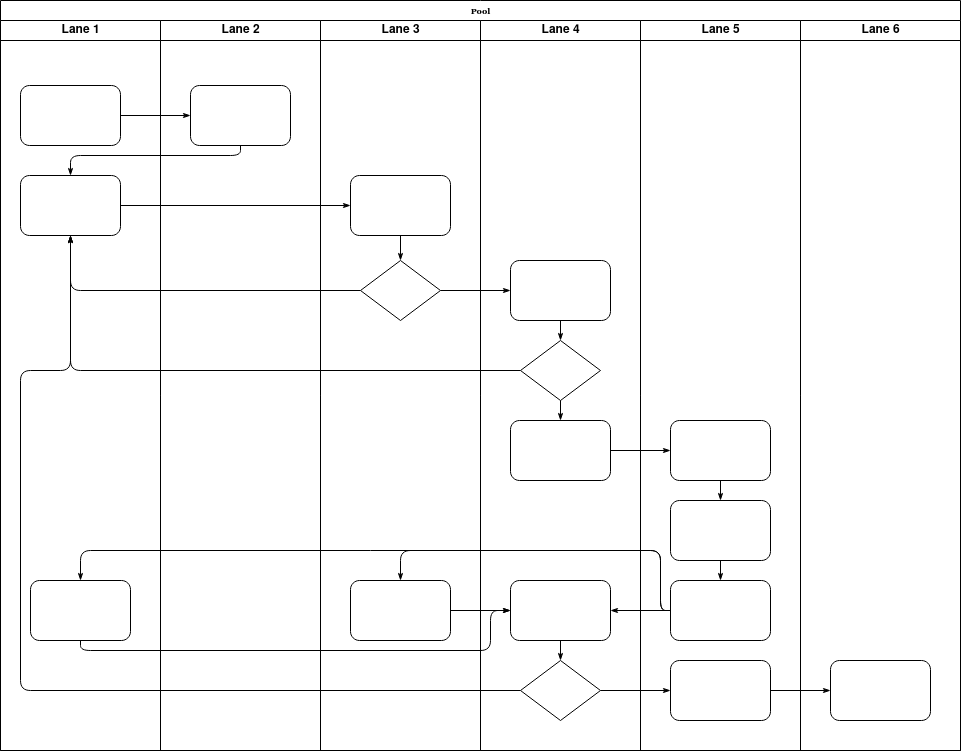
Earlier version of the draw.io export ppull_process_diagram.drawio.png (jackgray/xnat2bids). Source tidied: cells renumbered, new cells last; positions are measured from the earlier drawing's top-left corner, leaving out a move shared by most shapes.
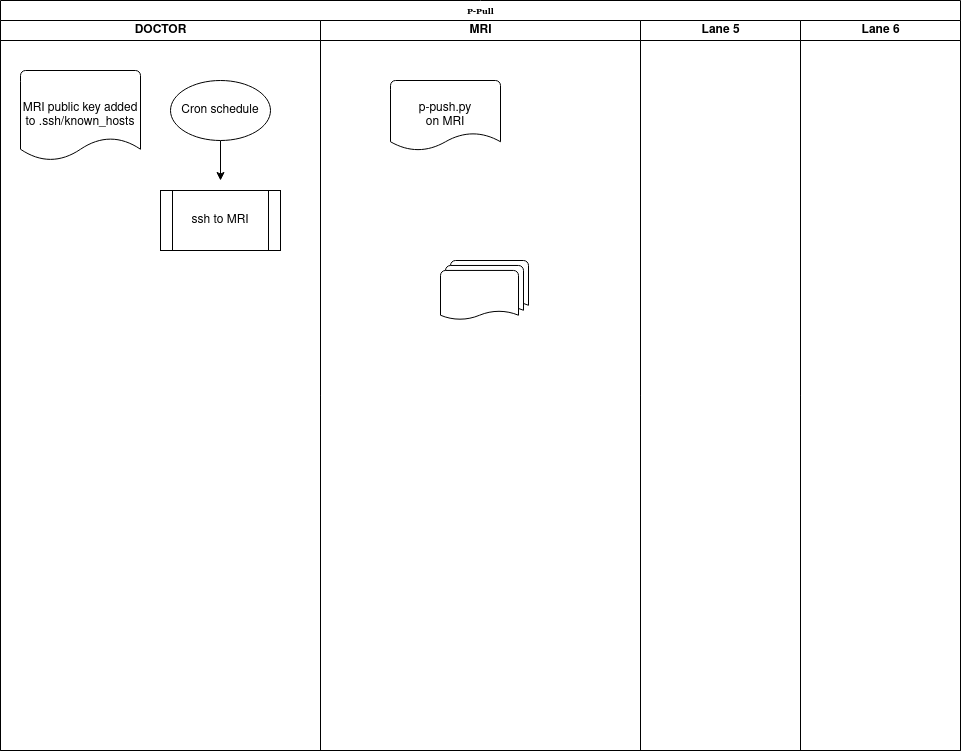
Later version of the same file.

Change to the diagram source:
```diff
@@ -2,169 +2,40 @@
   <root>
     <mxCell id="0" />
     <mxCell id="1" parent="0" />
-    <mxCell id="2" value="Pool" style="swimlane;html=1;startSize=20;rounded=0;shadow=0;labelBackgroundColor=none;strokeWidth=1;fontFamily=Verdana;fontSize=8;align=center;" parent="1" vertex="1">
+    <mxCell id="2" value="P-Pull" style="swimlane;html=1;startSize=20;rounded=0;shadow=0;labelBackgroundColor=none;strokeWidth=1;fontFamily=Verdana;fontSize=8;align=center;" parent="1" vertex="1">
       <mxGeometry width="960" height="750" as="geometry" />
     </mxCell>
-    <mxCell id="3" value="Lane 1" style="swimlane;html=1;startSize=20;" parent="2" vertex="1">
-      <mxGeometry y="20" width="160" height="730" as="geometry" />
+    <mxCell id="3" value="DOCTOR" style="swimlane;html=1;startSize=20;" parent="2" vertex="1">
+      <mxGeometry y="20" width="320" height="730" as="geometry" />
     </mxCell>
-    <mxCell id="4" style="rounded=1;whiteSpace=wrap;html=1;shadow=0;labelBackgroundColor=none;strokeWidth=1;fontFamily=Verdana;fontSize=8;align=center;" parent="3" vertex="1">
-      <mxGeometry x="20" y="65" width="100" height="60" as="geometry" />
-    </mxCell>
-    <mxCell id="5" style="rounded=1;whiteSpace=wrap;html=1;shadow=0;labelBackgroundColor=none;strokeWidth=1;fontFamily=Verdana;fontSize=8;align=center;" parent="3" vertex="1">
-      <mxGeometry x="20" y="155" width="100" height="60" as="geometry" />
-    </mxCell>
-    <mxCell id="6" style="rounded=1;whiteSpace=wrap;html=1;shadow=0;labelBackgroundColor=none;strokeWidth=1;fontFamily=Verdana;fontSize=8;align=center;" parent="3" vertex="1">
-      <mxGeometry x="30" y="560" width="100" height="60" as="geometry" />
-    </mxCell>
-    <mxCell id="7" style="edgeStyle=orthogonalEdgeStyle;rounded=1;html=1;labelBackgroundColor=none;startArrow=none;startFill=0;startSize=5;endArrow=classicThin;endFill=1;endSize=5;jettySize=auto;strokeWidth=1;fontFamily=Verdana;fontSize=8;" parent="2" edge="1" source="4" target="23">
-      <mxGeometry relative="1" as="geometry" />
-    </mxCell>
-    <mxCell id="8" style="edgeStyle=orthogonalEdgeStyle;rounded=1;html=1;labelBackgroundColor=none;startArrow=none;startFill=0;startSize=5;endArrow=classicThin;endFill=1;endSize=5;jettySize=auto;strokeWidth=1;fontFamily=Verdana;fontSize=8;" parent="2" edge="1" source="23" target="5">
-      <mxGeometry relative="1" as="geometry">
-        <Array as="points">
-          <mxPoint x="240" y="155" />
-          <mxPoint x="70" y="155" />
-        </Array>
-      </mxGeometry>
-    </mxCell>
-    <mxCell id="9" style="edgeStyle=orthogonalEdgeStyle;rounded=1;html=1;labelBackgroundColor=none;startArrow=none;startFill=0;startSize=5;endArrow=classicThin;endFill=1;endSize=5;jettySize=auto;strokeWidth=1;fontFamily=Verdana;fontSize=8;" parent="2" edge="1" source="5" target="25">
-      <mxGeometry relative="1" as="geometry" />
-    </mxCell>
-    <mxCell id="10" style="edgeStyle=orthogonalEdgeStyle;rounded=1;html=1;labelBackgroundColor=none;startArrow=none;startFill=0;startSize=5;endArrow=classicThin;endFill=1;endSize=5;jettySize=auto;strokeWidth=1;fontFamily=Verdana;fontSize=8;" parent="2" edge="1" source="26" target="5">
-      <mxGeometry relative="1" as="geometry" />
-    </mxCell>
-    <mxCell id="11" style="edgeStyle=orthogonalEdgeStyle;rounded=1;html=1;labelBackgroundColor=none;startArrow=none;startFill=0;startSize=5;endArrow=classicThin;endFill=1;endSize=5;jettySize=auto;strokeWidth=1;fontFamily=Verdana;fontSize=8;" parent="2" edge="1" source="31" target="5">
-      <mxGeometry relative="1" as="geometry" />
-    </mxCell>
-    <mxCell id="12" style="edgeStyle=orthogonalEdgeStyle;rounded=1;html=1;labelBackgroundColor=none;startArrow=none;startFill=0;startSize=5;endArrow=classicThin;endFill=1;endSize=5;jettySize=auto;strokeWidth=1;fontFamily=Verdana;fontSize=8;" parent="2" edge="1" source="34" target="5">
-      <mxGeometry relative="1" as="geometry">
-        <Array as="points">
-          <mxPoint x="20" y="690" />
-          <mxPoint x="20" y="370" />
-          <mxPoint x="70" y="370" />
-        </Array>
-      </mxGeometry>
-    </mxCell>
-    <mxCell id="13" style="edgeStyle=orthogonalEdgeStyle;rounded=1;html=1;labelBackgroundColor=none;startArrow=none;startFill=0;startSize=5;endArrow=classicThin;endFill=1;endSize=5;jettySize=auto;strokeWidth=1;fontFamily=Verdana;fontSize=8;" parent="2" edge="1" source="26" target="30">
-      <mxGeometry relative="1" as="geometry" />
-    </mxCell>
-    <mxCell id="14" style="edgeStyle=orthogonalEdgeStyle;rounded=1;html=1;labelBackgroundColor=none;startArrow=none;startFill=0;startSize=5;endArrow=classicThin;endFill=1;endSize=5;jettySize=auto;strokeWidth=1;fontFamily=Verdana;fontSize=8;" parent="2" edge="1" source="34" target="42">
-      <mxGeometry relative="1" as="geometry" />
-    </mxCell>
-    <mxCell id="15" style="edgeStyle=orthogonalEdgeStyle;rounded=1;html=1;labelBackgroundColor=none;startArrow=none;startFill=0;startSize=5;endArrow=classicThin;endFill=1;endSize=5;jettySize=auto;strokeWidth=1;fontFamily=Verdana;fontSize=8;" parent="2" edge="1" source="42" target="46">
-      <mxGeometry relative="1" as="geometry" />
-    </mxCell>
-    <mxCell id="16" style="edgeStyle=orthogonalEdgeStyle;rounded=1;html=1;labelBackgroundColor=none;startArrow=none;startFill=0;startSize=5;endArrow=classicThin;endFill=1;endSize=5;jettySize=auto;strokeWidth=1;fontFamily=Verdana;fontSize=8;" parent="2" edge="1" source="32" target="39">
-      <mxGeometry relative="1" as="geometry" />
-    </mxCell>
-    <mxCell id="17" style="edgeStyle=orthogonalEdgeStyle;rounded=1;html=1;labelBackgroundColor=none;startArrow=none;startFill=0;startSize=5;endArrow=classicThin;endFill=1;endSize=5;jettySize=auto;strokeWidth=1;fontFamily=Verdana;fontSize=8;" parent="2" edge="1" source="41" target="27">
-      <mxGeometry relative="1" as="geometry">
-        <Array as="points">
-          <mxPoint x="660" y="610" />
-          <mxPoint x="660" y="550" />
-          <mxPoint x="400" y="550" />
-        </Array>
-      </mxGeometry>
-    </mxCell>
-    <mxCell id="18" style="edgeStyle=orthogonalEdgeStyle;rounded=1;html=1;labelBackgroundColor=none;startArrow=none;startFill=0;startSize=5;endArrow=classicThin;endFill=1;endSize=5;jettySize=auto;strokeColor=#000000;strokeWidth=1;fontFamily=Verdana;fontSize=8;fontColor=#000000;" parent="2" edge="1" source="41" target="33">
-      <mxGeometry relative="1" as="geometry" />
-    </mxCell>
-    <mxCell id="19" style="edgeStyle=orthogonalEdgeStyle;rounded=1;html=1;labelBackgroundColor=none;startArrow=none;startFill=0;startSize=5;endArrow=classicThin;endFill=1;endSize=5;jettySize=auto;strokeWidth=1;fontFamily=Verdana;fontSize=8;" parent="2" edge="1" source="41" target="6">
-      <mxGeometry relative="1" as="geometry">
-        <Array as="points">
-          <mxPoint x="660" y="610" />
-          <mxPoint x="660" y="550" />
-          <mxPoint x="80" y="550" />
-        </Array>
-      </mxGeometry>
-    </mxCell>
-    <mxCell id="20" style="edgeStyle=orthogonalEdgeStyle;rounded=1;html=1;labelBackgroundColor=none;startArrow=none;startFill=0;startSize=5;endArrow=classicThin;endFill=1;endSize=5;jettySize=auto;strokeWidth=1;fontFamily=Verdana;fontSize=8;" parent="2" edge="1" source="6" target="33">
-      <mxGeometry relative="1" as="geometry">
-        <Array as="points">
-          <mxPoint x="80" y="650" />
-          <mxPoint x="490" y="650" />
-          <mxPoint x="490" y="610" />
-        </Array>
-      </mxGeometry>
-    </mxCell>
-    <mxCell id="21" style="edgeStyle=orthogonalEdgeStyle;rounded=1;html=1;labelBackgroundColor=none;startArrow=none;startFill=0;startSize=5;endArrow=classicThin;endFill=1;endSize=5;jettySize=auto;strokeWidth=1;fontFamily=Verdana;fontSize=8;" parent="2" edge="1" source="27" target="33">
-      <mxGeometry relative="1" as="geometry" />
-    </mxCell>
-    <mxCell id="22" value="Lane 2" style="swimlane;html=1;startSize=20;" parent="2" vertex="1">
-      <mxGeometry x="160" y="20" width="160" height="730" as="geometry" />
-    </mxCell>
-    <mxCell id="23" style="rounded=1;whiteSpace=wrap;html=1;shadow=0;labelBackgroundColor=none;strokeWidth=1;fontFamily=Verdana;fontSize=8;align=center;" parent="22" vertex="1">
-      <mxGeometry x="30" y="65" width="100" height="60" as="geometry" />
-    </mxCell>
+    <mxCell id="47" value="MRI public key added to .ssh/known_hosts" style="strokeWidth=1;html=1;shape=mxgraph.flowchart.document2;whiteSpace=wrap;size=0.25;" parent="3" vertex="1">
+      <mxGeometry x="20" y="50" width="120" height="90" as="geometry" />
+    </mxCell>
+    <mxCell id="48" style="edgeStyle=orthogonalEdgeStyle;rounded=0;jettySize=auto;html=1;exitX=0.5;exitY=1;exitDx=0;exitDy=0;exitPerimeter=0;entryX=0.5;entryY=0;entryDx=0;entryDy=0;" parent="3" edge="1" source="49">
+      <mxGeometry relative="1" as="geometry">
+        <mxPoint x="220" y="160" as="targetPoint" />
+      </mxGeometry>
+    </mxCell>
+    <mxCell id="49" value="Cron schedule" style="strokeWidth=1;html=1;shape=mxgraph.flowchart.start_1;whiteSpace=wrap;" parent="3" vertex="1">
+      <mxGeometry x="170" y="60" width="100" height="60" as="geometry" />
+    </mxCell>
+    <mxCell id="50" value="ssh to MRI" style="shape=process;whiteSpace=wrap;html=1;backgroundOutline=1;strokeWidth=1;" parent="3" vertex="1">
+      <mxGeometry x="160" y="170" width="120" height="60" as="geometry" />
+    </mxCell>
-    <mxCell id="24" value="Lane 3" style="swimlane;html=1;startSize=20;" parent="2" vertex="1">
-      <mxGeometry x="320" y="20" width="160" height="730" as="geometry" />
+    <mxCell id="24" value="MRI" style="swimlane;html=1;startSize=20;" parent="2" vertex="1">
+      <mxGeometry x="320" y="20" width="320" height="730" as="geometry" />
     </mxCell>
-    <mxCell id="25" style="rounded=1;whiteSpace=wrap;html=1;shadow=0;labelBackgroundColor=none;strokeWidth=1;fontFamily=Verdana;fontSize=8;align=center;" parent="24" vertex="1">
-      <mxGeometry x="30" y="155" width="100" height="60" as="geometry" />
-    </mxCell>
-    <mxCell id="26" style="rhombus;whiteSpace=wrap;html=1;rounded=0;shadow=0;labelBackgroundColor=none;strokeWidth=1;fontFamily=Verdana;fontSize=8;align=center;" parent="24" vertex="1">
-      <mxGeometry x="40" y="240" width="80" height="60" as="geometry" />
-    </mxCell>
-    <mxCell id="27" style="rounded=1;whiteSpace=wrap;html=1;shadow=0;labelBackgroundColor=none;strokeWidth=1;fontFamily=Verdana;fontSize=8;align=center;" parent="24" vertex="1">
-      <mxGeometry x="30" y="560" width="100" height="60" as="geometry" />
-    </mxCell>
-    <mxCell id="28" style="edgeStyle=orthogonalEdgeStyle;rounded=1;html=1;labelBackgroundColor=none;startArrow=none;startFill=0;startSize=5;endArrow=classicThin;endFill=1;endSize=5;jettySize=auto;strokeWidth=1;fontFamily=Verdana;fontSize=8;" parent="24" edge="1" source="25" target="26">
-      <mxGeometry relative="1" as="geometry" />
-    </mxCell>
-    <mxCell id="29" value="Lane 4" style="swimlane;html=1;startSize=20;" parent="2" vertex="1">
-      <mxGeometry x="480" y="20" width="160" height="730" as="geometry" />
-    </mxCell>
-    <mxCell id="30" style="rounded=1;whiteSpace=wrap;html=1;shadow=0;labelBackgroundColor=none;strokeWidth=1;fontFamily=Verdana;fontSize=8;align=center;" parent="29" vertex="1">
-      <mxGeometry x="30" y="240" width="100" height="60" as="geometry" />
-    </mxCell>
-    <mxCell id="31" style="rhombus;whiteSpace=wrap;html=1;rounded=0;shadow=0;labelBackgroundColor=none;strokeWidth=1;fontFamily=Verdana;fontSize=8;align=center;" parent="29" vertex="1">
-      <mxGeometry x="40" y="320" width="80" height="60" as="geometry" />
-    </mxCell>
-    <mxCell id="32" style="rounded=1;whiteSpace=wrap;html=1;shadow=0;labelBackgroundColor=none;strokeWidth=1;fontFamily=Verdana;fontSize=8;align=center;" parent="29" vertex="1">
-      <mxGeometry x="30" y="400" width="100" height="60" as="geometry" />
-    </mxCell>
-    <mxCell id="33" style="rounded=1;whiteSpace=wrap;html=1;shadow=0;labelBackgroundColor=none;strokeWidth=1;fontFamily=Verdana;fontSize=8;align=center;" parent="29" vertex="1">
-      <mxGeometry x="30" y="560" width="100" height="60" as="geometry" />
-    </mxCell>
-    <mxCell id="34" style="rhombus;whiteSpace=wrap;html=1;rounded=0;shadow=0;labelBackgroundColor=none;strokeWidth=1;fontFamily=Verdana;fontSize=8;align=center;" parent="29" vertex="1">
-      <mxGeometry x="40" y="640" width="80" height="60" as="geometry" />
-    </mxCell>
-    <mxCell id="35" style="edgeStyle=orthogonalEdgeStyle;rounded=1;html=1;labelBackgroundColor=none;startArrow=none;startFill=0;startSize=5;endArrow=classicThin;endFill=1;endSize=5;jettySize=auto;strokeColor=#000000;strokeWidth=1;fontFamily=Verdana;fontSize=8;fontColor=#000000;" parent="29" edge="1" source="30" target="31">
-      <mxGeometry relative="1" as="geometry" />
-    </mxCell>
-    <mxCell id="36" style="edgeStyle=orthogonalEdgeStyle;rounded=1;html=1;labelBackgroundColor=none;startArrow=none;startFill=0;startSize=5;endArrow=classicThin;endFill=1;endSize=5;jettySize=auto;strokeWidth=1;fontFamily=Verdana;fontSize=8;" parent="29" edge="1" source="31" target="32">
-      <mxGeometry relative="1" as="geometry" />
-    </mxCell>
-    <mxCell id="37" style="edgeStyle=orthogonalEdgeStyle;rounded=1;html=1;labelBackgroundColor=none;startArrow=none;startFill=0;startSize=5;endArrow=classicThin;endFill=1;endSize=5;jettySize=auto;strokeWidth=1;fontFamily=Verdana;fontSize=8;" parent="29" edge="1" source="33" target="34">
-      <mxGeometry relative="1" as="geometry" />
-    </mxCell>
+    <mxCell id="51" value="&lt;div&gt;p-push.py&lt;/div&gt;&lt;div&gt;on MRI&lt;br&gt;&lt;/div&gt;" style="strokeWidth=1;html=1;shape=mxgraph.flowchart.document2;whiteSpace=wrap;size=0.25;" parent="24" vertex="1">
+      <mxGeometry x="70" y="60" width="110" height="70" as="geometry" />
+    </mxCell>
     <mxCell id="38" value="Lane 5" style="swimlane;html=1;startSize=20;" parent="2" vertex="1">
       <mxGeometry x="640" y="20" width="160" height="730" as="geometry" />
     </mxCell>
-    <mxCell id="39" style="rounded=1;whiteSpace=wrap;html=1;shadow=0;labelBackgroundColor=none;strokeWidth=1;fontFamily=Verdana;fontSize=8;align=center;" parent="38" vertex="1">
-      <mxGeometry x="30" y="400" width="100" height="60" as="geometry" />
-    </mxCell>
-    <mxCell id="40" style="rounded=1;whiteSpace=wrap;html=1;shadow=0;labelBackgroundColor=none;strokeWidth=1;fontFamily=Verdana;fontSize=8;align=center;" parent="38" vertex="1">
-      <mxGeometry x="30" y="480" width="100" height="60" as="geometry" />
-    </mxCell>
-    <mxCell id="41" style="rounded=1;whiteSpace=wrap;html=1;shadow=0;labelBackgroundColor=none;strokeWidth=1;fontFamily=Verdana;fontSize=8;align=center;" parent="38" vertex="1">
-      <mxGeometry x="30" y="560" width="100" height="60" as="geometry" />
-    </mxCell>
-    <mxCell id="42" style="rounded=1;whiteSpace=wrap;html=1;shadow=0;labelBackgroundColor=none;strokeWidth=1;fontFamily=Verdana;fontSize=8;align=center;" parent="38" vertex="1">
-      <mxGeometry x="30" y="640" width="100" height="60" as="geometry" />
-    </mxCell>
-    <mxCell id="43" style="edgeStyle=orthogonalEdgeStyle;rounded=1;html=1;labelBackgroundColor=none;startArrow=none;startFill=0;startSize=5;endArrow=classicThin;endFill=1;endSize=5;jettySize=auto;strokeWidth=1;fontFamily=Verdana;fontSize=8;" parent="38" edge="1" source="39" target="40">
-      <mxGeometry relative="1" as="geometry" />
-    </mxCell>
-    <mxCell id="44" style="edgeStyle=orthogonalEdgeStyle;rounded=1;html=1;labelBackgroundColor=none;startArrow=none;startFill=0;startSize=5;endArrow=classicThin;endFill=1;endSize=5;jettySize=auto;strokeWidth=1;fontFamily=Verdana;fontSize=8;" parent="38" edge="1" source="40" target="41">
-      <mxGeometry relative="1" as="geometry" />
-    </mxCell>
     <mxCell id="45" value="Lane 6" style="swimlane;html=1;startSize=20;" parent="2" vertex="1">
       <mxGeometry x="800" y="20" width="160" height="730" as="geometry" />
     </mxCell>
-    <mxCell id="46" style="rounded=1;whiteSpace=wrap;html=1;shadow=0;labelBackgroundColor=none;strokeWidth=1;fontFamily=Verdana;fontSize=8;align=center;" parent="45" vertex="1">
-      <mxGeometry x="30" y="640" width="100" height="60" as="geometry" />
-    </mxCell>
+    <mxCell id="52" style="strokeWidth=1;html=1;shape=mxgraph.flowchart.multi-document;whiteSpace=wrap;" parent="1" vertex="1">
+      <mxGeometry x="440" y="260" width="88" height="60" as="geometry" />
+    </mxCell>
   </root>
 </mxGraphModel>
```
